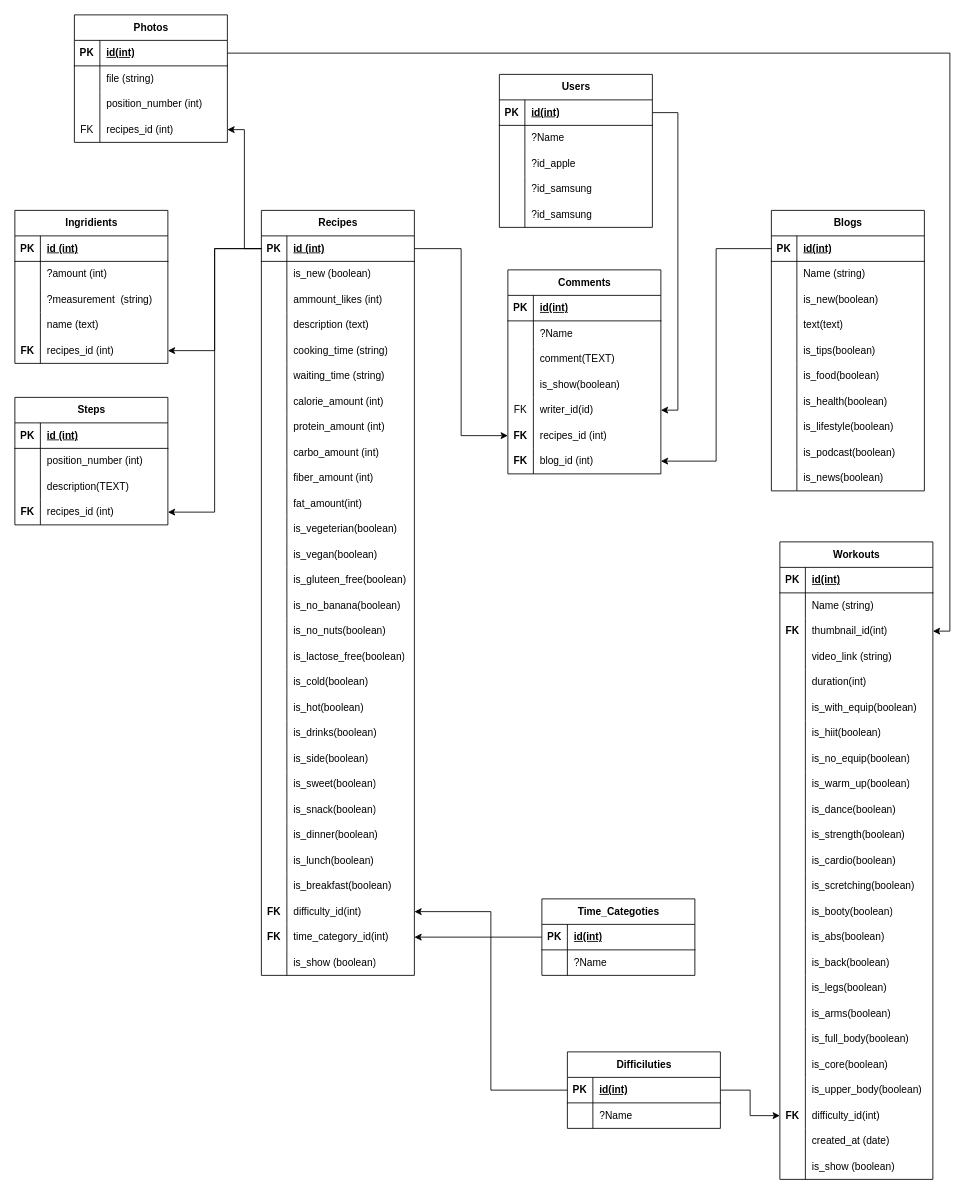
This is health.drawio from fao30/syeikh, a draw.io file, before an edit. Source tidied: cells renumbered, new cells numbered last; positions are measured from the earlier drawing's top-left corner, leaving out a move shared by most shapes. Both pictures are drawn from the tidied source at 85%, with x=0, y=0 at pixel (14, 14).
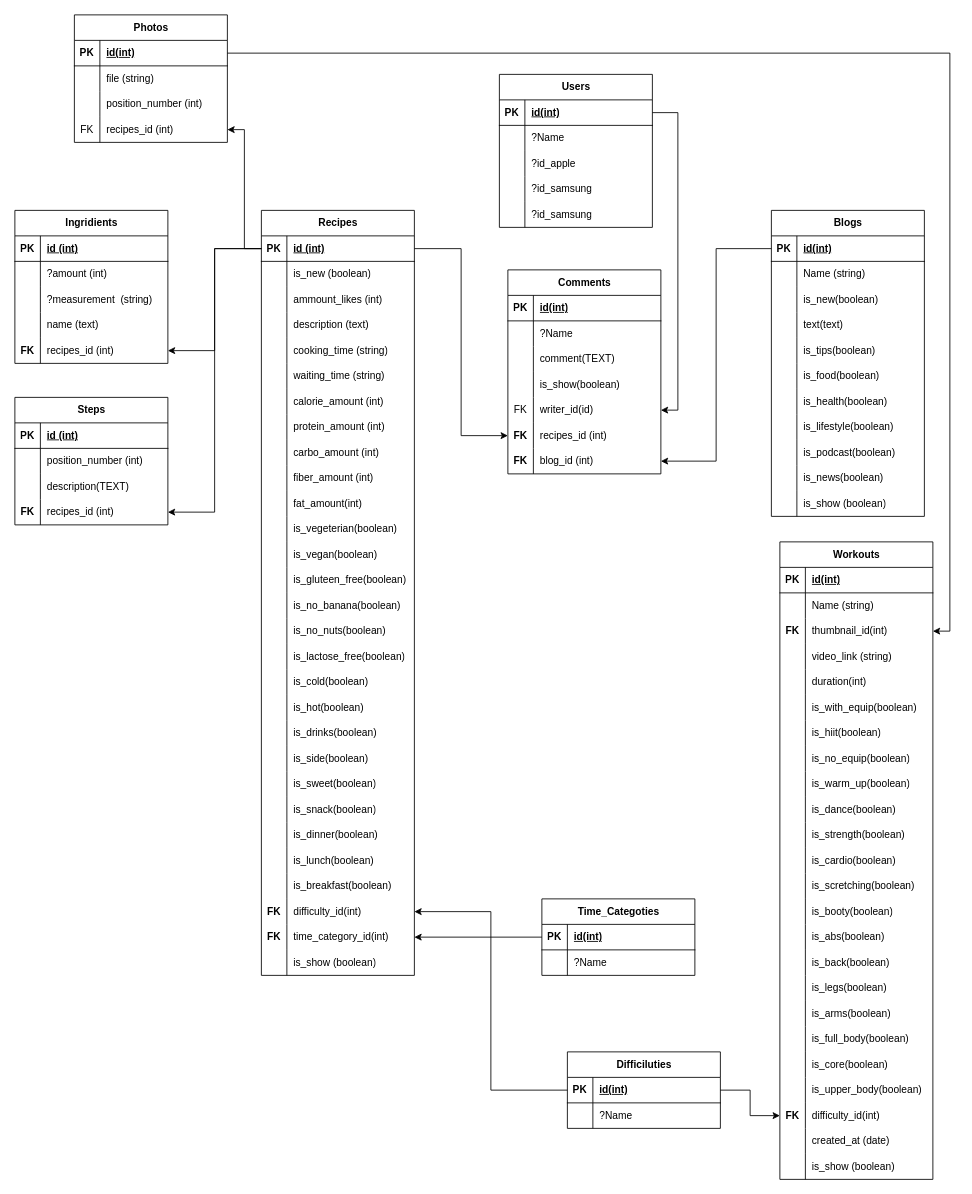
The same diagram, later.

The edit, as a diff of the source:
```diff
@@
     <mxCell id="182" value="Blogs" style="shape=table;startSize=30;childLayout=tableLayout;rowLines=0;fontStyle=1;align=center;html=1;" parent="1" vertex="1">
-      <mxGeometry x="890" y="230" width="180" height="330" as="geometry" />
+      <mxGeometry x="890" y="230" width="180" height="360" as="geometry" />
     </mxCell>
@@
+    <mxCell id="298" style="shape=tableRow;horizontal=0;startSize=0;swimlaneHead=0;swimlaneBody=0;fillColor=none;top=0;left=0;right=0;bottom=0;" parent="182" vertex="1">
+      <mxGeometry y="330" width="180" height="30" as="geometry" />
+    </mxCell>
+    <mxCell id="299" style="shape=partialRectangle;fillColor=none;top=0;left=0;bottom=0;right=0;overflow=hidden;whiteSpace=wrap;html=1;" parent="298" vertex="1">
+      <mxGeometry width="30" height="30" as="geometry" />
+    </mxCell>
+    <mxCell id="300" value="is_show (boolean)" style="shape=partialRectangle;fillColor=none;top=0;left=0;bottom=0;right=0;align=left;spacingLeft=6;overflow=hidden;whiteSpace=wrap;html=1;" parent="298" vertex="1">
+      <mxGeometry x="30" width="150" height="30" as="geometry" />
+    </mxCell>
```
